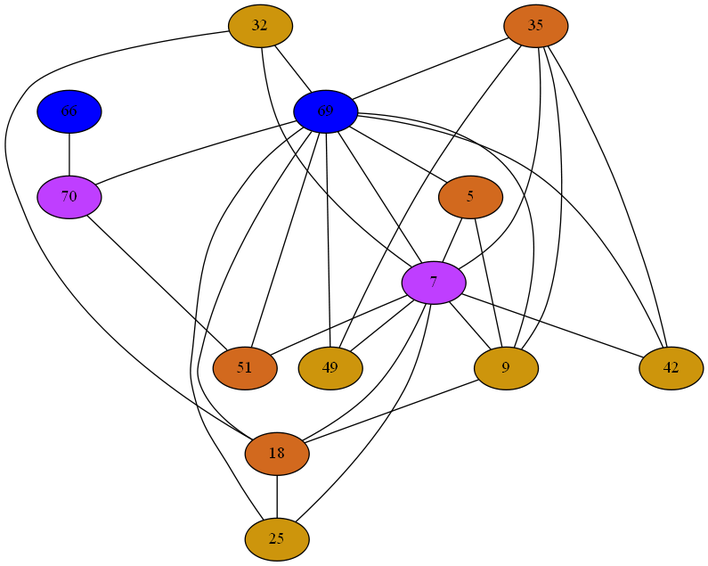
The Graphviz diagram Compiler/11iGraph.png in mbajaj92/Project-Astoria, before a commit. Its source is kept beside it as Compiler/11iGraph.dot. The source it was exported from:
```dot
strict graph {
32[label="32" style=filled fillcolor="darkgoldenrod3"];
32 -- 18
32 -- 69
32 -- 7
66[label="66" style=filled fillcolor="blue1"];
66 -- 70
35[label="35" style=filled fillcolor="chocolate"];
35 -- 49
35 -- 69
35 -- 7
35 -- 9
35 -- 42
69[label="69" style=filled fillcolor="blue1"];
69 -- 32
69 -- 49
69 -- 18
69 -- 51
69 -- 35
69 -- 5
69 -- 70
69 -- 7
69 -- 25
69 -- 9
69 -- 42
5[label="5" style=filled fillcolor="chocolate"];
5 -- 69
5 -- 7
5 -- 9
70[label="70" style=filled fillcolor="darkorchid1"];
70 -- 66
70 -- 51
70 -- 69
7[label="7" style=filled fillcolor="darkorchid1"];
7 -- 32
7 -- 49
7 -- 18
7 -- 51
7 -- 35
7 -- 69
7 -- 5
7 -- 25
7 -- 9
7 -- 42
9[label="9" style=filled fillcolor="darkgoldenrod3"];
9 -- 18
9 -- 35
9 -- 69
9 -- 5
9 -- 7
42[label="42" style=filled fillcolor="darkgoldenrod3"];
42 -- 35
42 -- 69
42 -- 7
49[label="49" style=filled fillcolor="darkgoldenrod3"];
49 -- 35
49 -- 69
49 -- 7
18[label="18" style=filled fillcolor="chocolate"];
18 -- 32
18 -- 69
18 -- 7
18 -- 25
18 -- 9
51[label="51" style=filled fillcolor="chocolate"];
51 -- 69
51 -- 70
51 -- 7
25[label="25" style=filled fillcolor="darkgoldenrod3"];
25 -- 18
25 -- 69
25 -- 7
}
```
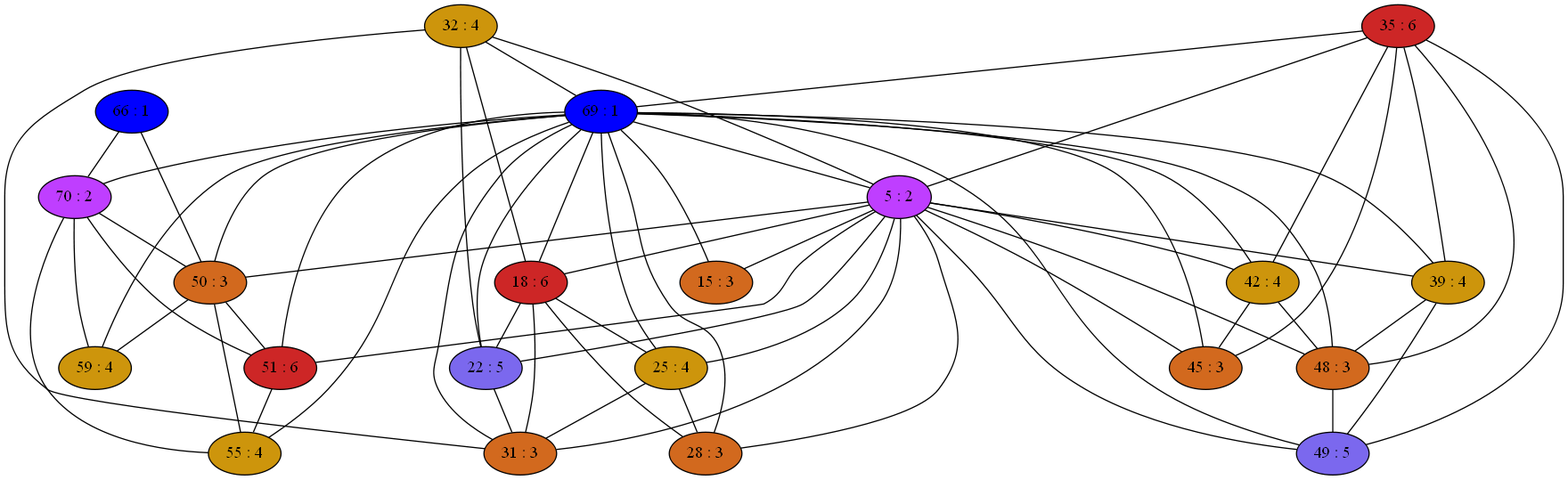
Later version of the same file.

Diff of the diagram source:
```diff
@@ -1,73 +1,151 @@
 strict graph {
-32[label="32" style=filled fillcolor="darkgoldenrod3"];
+32[label="32 : 4" style=filled fillcolor="darkgoldenrod3"];
 32 -- 18
 32 -- 69
-32 -- 7
-66[label="66" style=filled fillcolor="blue1"];
+32 -- 5
+32 -- 22
+32 -- 31
+66[label="66 : 1" style=filled fillcolor="blue1"];
+66 -- 50
 66 -- 70
-35[label="35" style=filled fillcolor="chocolate"];
+35[label="35 : 6" style=filled fillcolor="firebrick3"];
+35 -- 48
 35 -- 49
 35 -- 69
-35 -- 7
-35 -- 9
+35 -- 5
+35 -- 39
 35 -- 42
-69[label="69" style=filled fillcolor="blue1"];
+35 -- 45
+69[label="69 : 1" style=filled fillcolor="blue1"];
 69 -- 32
-69 -- 49
-69 -- 18
-69 -- 51
 69 -- 35
 69 -- 5
 69 -- 70
-69 -- 7
+69 -- 39
+69 -- 42
+69 -- 45
+69 -- 15
+69 -- 48
+69 -- 49
+69 -- 50
+69 -- 18
+69 -- 51
+69 -- 22
+69 -- 55
 69 -- 25
-69 -- 9
-69 -- 42
-5[label="5" style=filled fillcolor="chocolate"];
+69 -- 59
+69 -- 28
+69 -- 31
+5[label="5 : 2" style=filled fillcolor="darkorchid1"];
+5 -- 32
+5 -- 35
 5 -- 69
-5 -- 7
-5 -- 9
-70[label="70" style=filled fillcolor="darkorchid1"];
+5 -- 39
+5 -- 42
+5 -- 45
+5 -- 15
+5 -- 48
+5 -- 49
+5 -- 50
+5 -- 18
+5 -- 51
+5 -- 22
+5 -- 25
+5 -- 28
+5 -- 31
+70[label="70 : 2" style=filled fillcolor="darkorchid1"];
+70 -- 50
 70 -- 66
 70 -- 51
 70 -- 69
-7[label="7" style=filled fillcolor="darkorchid1"];
-7 -- 32
-7 -- 49
-7 -- 18
-7 -- 51
-7 -- 35
-7 -- 69
-7 -- 5
-7 -- 25
-7 -- 9
-7 -- 42
-9[label="9" style=filled fillcolor="darkgoldenrod3"];
-9 -- 18
-9 -- 35
-9 -- 69
-9 -- 5
-9 -- 7
-42[label="42" style=filled fillcolor="darkgoldenrod3"];
+70 -- 55
+70 -- 59
+39[label="39 : 4" style=filled fillcolor="darkgoldenrod3"];
+39 -- 48
+39 -- 49
+39 -- 35
+39 -- 69
+39 -- 5
+42[label="42 : 4" style=filled fillcolor="darkgoldenrod3"];
+42 -- 48
 42 -- 35
 42 -- 69
-42 -- 7
-49[label="49" style=filled fillcolor="darkgoldenrod3"];
+42 -- 5
+42 -- 45
+45[label="45 : 3" style=filled fillcolor="chocolate"];
+45 -- 35
+45 -- 69
+45 -- 5
+45 -- 42
+15[label="15 : 3" style=filled fillcolor="chocolate"];
+15 -- 69
+15 -- 5
+48[label="48 : 3" style=filled fillcolor="chocolate"];
+48 -- 49
+48 -- 35
+48 -- 69
+48 -- 5
+48 -- 39
+48 -- 42
+49[label="49 : 5" style=filled fillcolor="mediumslateblue"];
+49 -- 48
 49 -- 35
 49 -- 69
-49 -- 7
-18[label="18" style=filled fillcolor="chocolate"];
+49 -- 5
+49 -- 39
+50[label="50 : 3" style=filled fillcolor="chocolate"];
+50 -- 66
+50 -- 51
+50 -- 69
+50 -- 5
+50 -- 70
+50 -- 55
+50 -- 59
+18[label="18 : 6" style=filled fillcolor="firebrick3"];
 18 -- 32
 18 -- 69
-18 -- 7
+18 -- 5
+18 -- 22
 18 -- 25
-18 -- 9
-51[label="51" style=filled fillcolor="chocolate"];
+18 -- 28
+18 -- 31
+51[label="51 : 6" style=filled fillcolor="firebrick3"];
+51 -- 50
 51 -- 69
+51 -- 5
 51 -- 70
-51 -- 7
-25[label="25" style=filled fillcolor="darkgoldenrod3"];
+51 -- 55
+22[label="22 : 5" style=filled fillcolor="mediumslateblue"];
+22 -- 32
+22 -- 18
+22 -- 69
+22 -- 5
+22 -- 31
+55[label="55 : 4" style=filled fillcolor="darkgoldenrod3"];
+55 -- 50
+55 -- 51
+55 -- 69
+55 -- 70
+25[label="25 : 4" style=filled fillcolor="darkgoldenrod3"];
 25 -- 18
 25 -- 69
-25 -- 7
+25 -- 5
+25 -- 28
+25 -- 31
+59[label="59 : 4" style=filled fillcolor="darkgoldenrod3"];
+59 -- 50
+59 -- 69
+59 -- 70
+28[label="28 : 3" style=filled fillcolor="chocolate"];
+28 -- 18
+28 -- 69
+28 -- 5
+28 -- 25
+31[label="31 : 3" style=filled fillcolor="chocolate"];
+31 -- 32
+31 -- 18
+31 -- 69
+31 -- 5
+31 -- 22
+31 -- 25
 }
```
